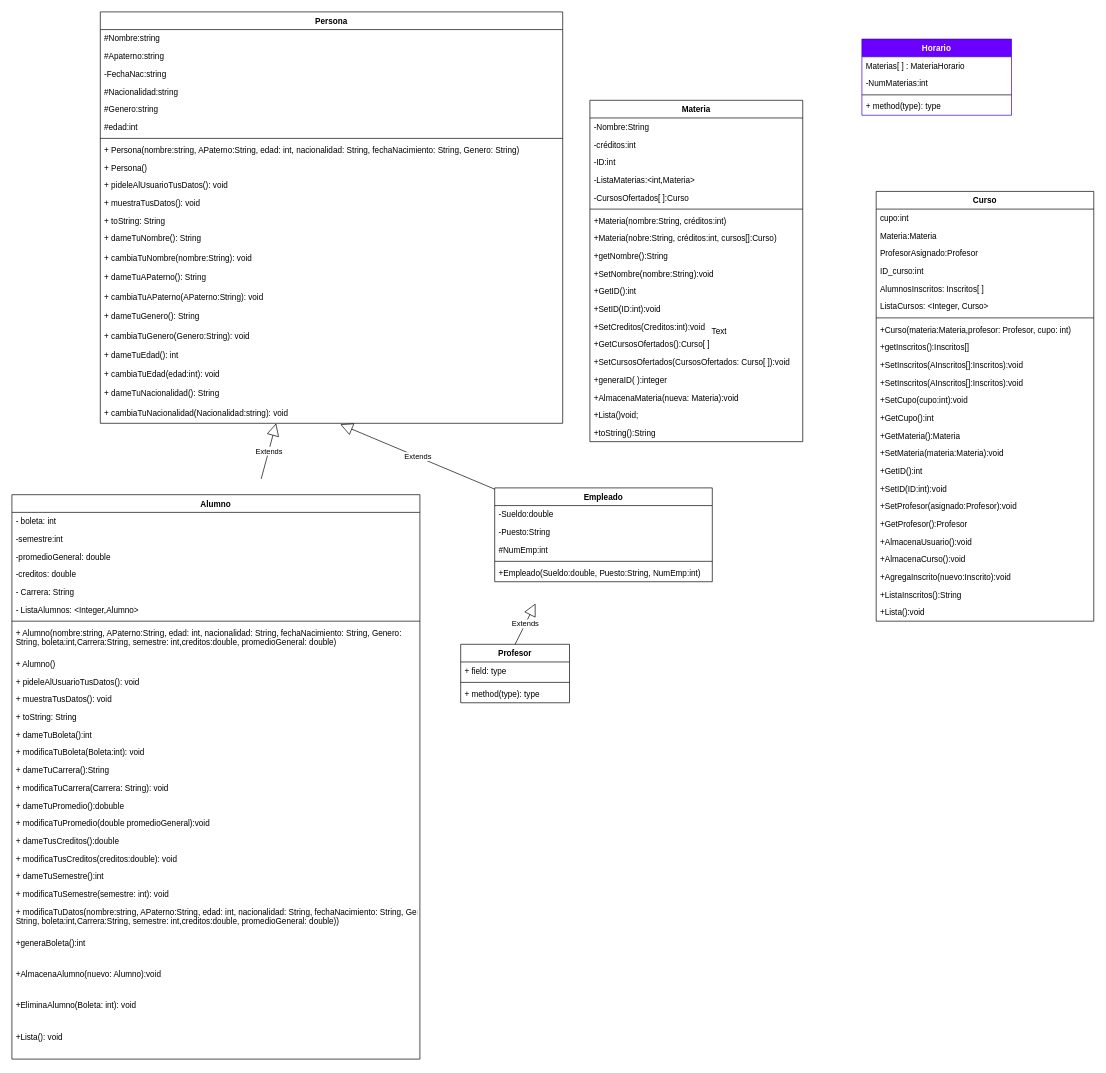
Earlier version of the draw.io diagram ControlEscolar.drawio (Sam200018/ControlEscolar). Source tidied: cells renumbered, new cells numbered last; positions are measured from the earlier drawing's top-left corner, leaving out a move shared by most shapes. Both pictures are drawn from the tidied source at 68%, with x=0, y=0 at pixel (12, 12).
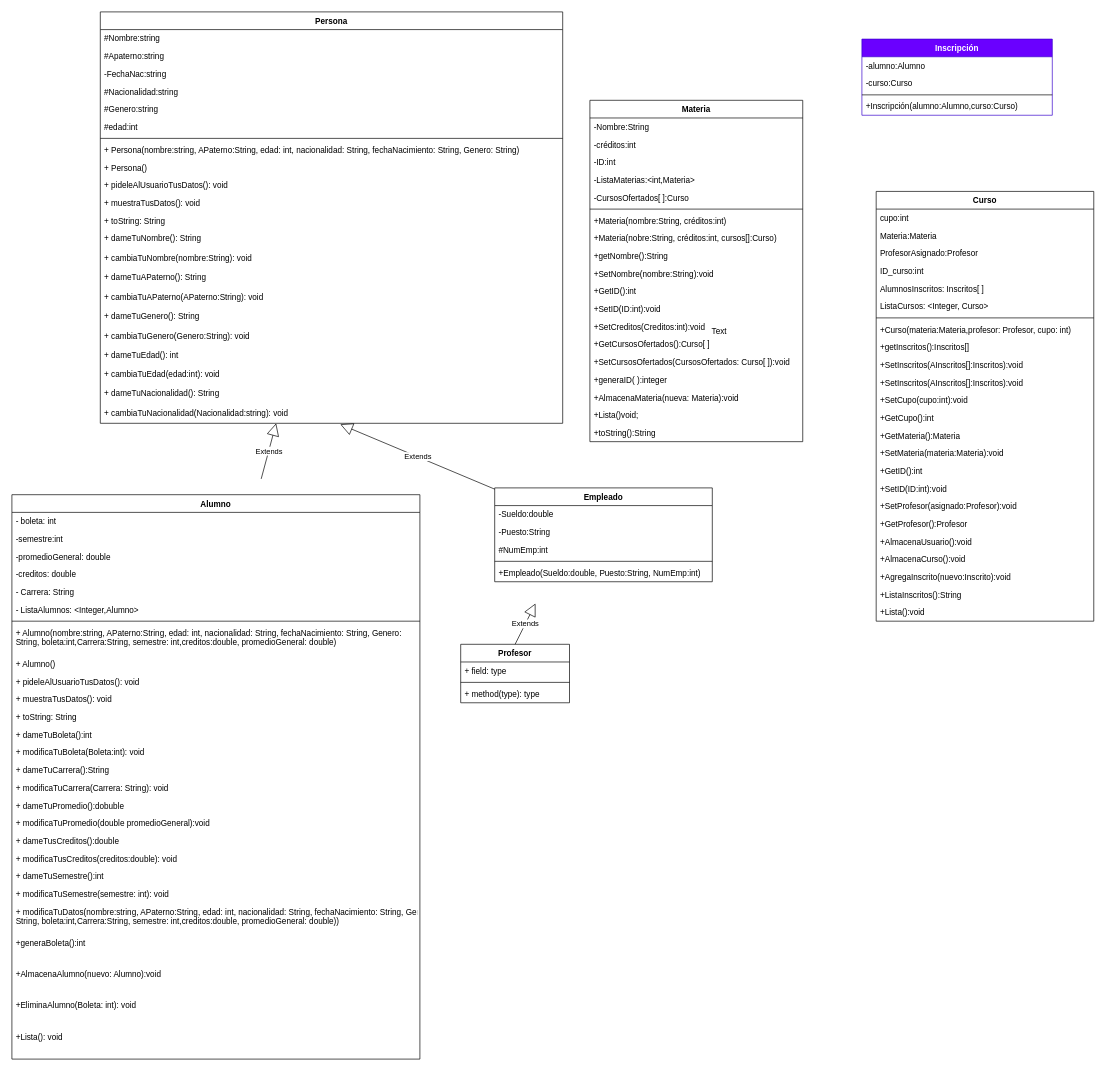
The same page after the edit.

Change to the diagram source:
```diff
@@
-    <mxCell id="108" value="Horario" style="swimlane;fontStyle=1;align=center;verticalAlign=top;horizontal=1;startSize=26;fillColor=#6a00ff;strokeColor=#3700CC;fontColor=#ffffff;" parent="1" vertex="1">
-      <mxGeometry x="1250" y="40" width="220" height="112" as="geometry" />
+    <mxCell id="108" value="Inscripción" style="swimlane;fontStyle=1;align=center;verticalAlign=top;horizontal=1;startSize=26;fillColor=#6a00ff;strokeColor=#3700CC;fontColor=#ffffff;" parent="1" vertex="1">
+      <mxGeometry x="1250" y="40" width="280" height="112" as="geometry" />
     </mxCell>
-    <mxCell id="109" value="Materias[ ] : MateriaHorario" style="text;strokeColor=none;fillColor=none;align=left;verticalAlign=top;spacingLeft=4;spacingRight=4;overflow=hidden;" parent="108" vertex="1">
-      <mxGeometry y="26" width="220" height="26" as="geometry" />
+    <mxCell id="109" value="-alumno:Alumno" style="text;strokeColor=none;fillColor=none;align=left;verticalAlign=top;spacingLeft=4;spacingRight=4;overflow=hidden;" parent="108" vertex="1">
+      <mxGeometry y="26" width="280" height="26" as="geometry" />
     </mxCell>
-    <mxCell id="110" value="-NumMaterias:int" style="text;strokeColor=none;fillColor=none;align=left;verticalAlign=top;spacingLeft=4;spacingRight=4;overflow=hidden;" parent="108" vertex="1">
-      <mxGeometry y="52" width="220" height="26" as="geometry" />
+    <mxCell id="110" value="-curso:Curso" style="text;strokeColor=none;fillColor=none;align=left;verticalAlign=top;spacingLeft=4;spacingRight=4;overflow=hidden;" parent="108" vertex="1">
+      <mxGeometry y="52" width="280" height="26" as="geometry" />
     </mxCell>
     <mxCell id="111" style="line;strokeWidth=1;fillColor=none;align=left;verticalAlign=middle;spacingTop=-1;spacingLeft=3;spacingRight=3;labelPosition=right;" parent="108" vertex="1">
-      <mxGeometry y="78" width="220" height="8" as="geometry" />
+      <mxGeometry y="78" width="280" height="8" as="geometry" />
     </mxCell>
-    <mxCell id="112" value="+ method(type): type" style="text;strokeColor=none;fillColor=none;align=left;verticalAlign=top;spacingLeft=4;spacingRight=4;overflow=hidden;" parent="108" vertex="1">
-      <mxGeometry y="86" width="220" height="26" as="geometry" />
+    <mxCell id="112" value="+Inscripción(alumno:Alumno,curso:Curso)" style="text;strokeColor=none;fillColor=none;align=left;verticalAlign=top;spacingLeft=4;spacingRight=4;overflow=hidden;" parent="108" vertex="1">
+      <mxGeometry y="86" width="280" height="26" as="geometry" />
     </mxCell>
```
